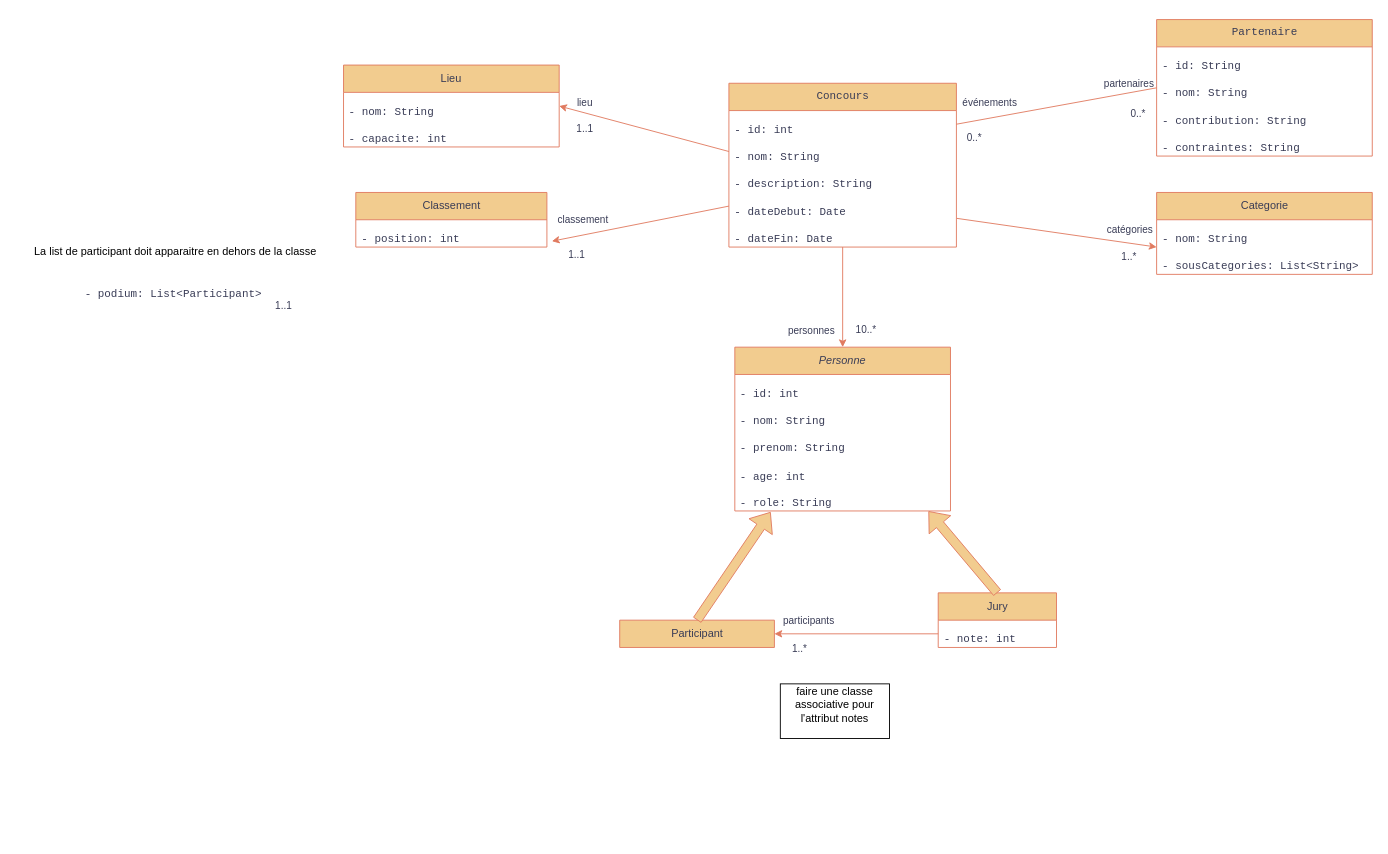
Before: Conception/Diagramme de classe.drawio in CSliveR/Chief-s-Arena, a draw.io diagram. Source tidied: cells renumbered, new cells numbered last; positions are measured from the earlier drawing's top-left corner, leaving out a move shared by most shapes. Both pictures are drawn from the tidied source at 91%, with x=0, y=0 at pixel (15, 19).
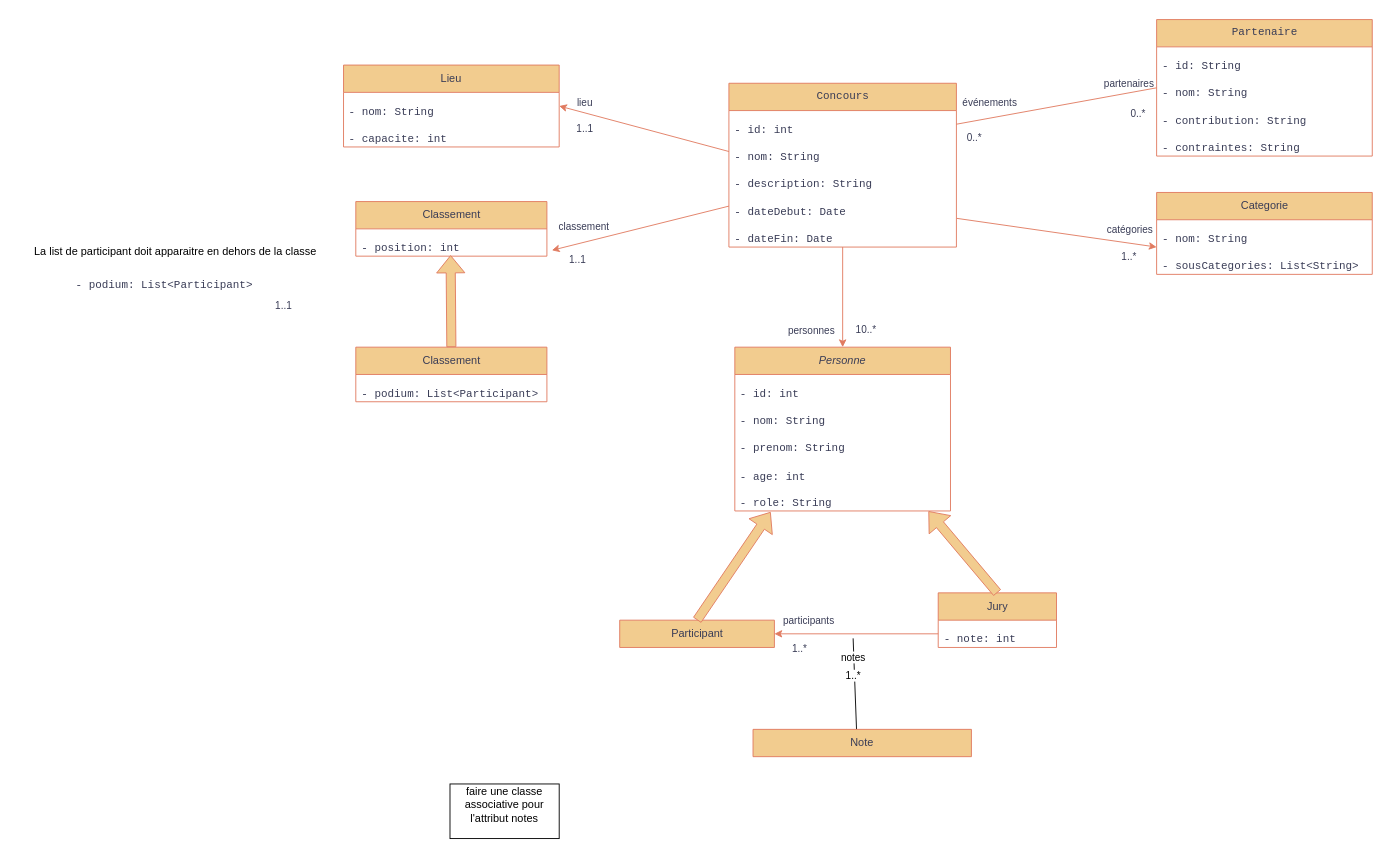
After the change.

Unchanged cells that the change refers to:
```xml
<mxCell id="28" value="&lt;pre&gt;&lt;code class=&quot;!whitespace-pre hljs language-plaintext&quot;&gt;- position: int&lt;br&gt;&lt;/code&gt;&lt;/pre&gt;" style="text;strokeColor=none;fillColor=none;align=left;verticalAlign=middle;spacingLeft=4;spacingRight=4;overflow=hidden;points=[[0,0.5],[1,0.5]];portConstraint=eastwest;whiteSpace=wrap;html=1;labelBackgroundColor=none;fontColor=#393C56;" parent="27" vertex="1">
  <mxGeometry y="30" width="210" height="30" as="geometry" />
</mxCell>
```

Change to the diagram source:
```diff
@@
     <mxCell id="27" value="Classement" style="swimlane;fontStyle=0;horizontal=1;startSize=30;whiteSpace=wrap;html=1;labelBackgroundColor=none;fillColor=#F2CC8F;strokeColor=#E07A5F;fontColor=#393C56;" parent="1" vertex="1">
-      <mxGeometry x="373.5" y="190" width="210" height="60" as="geometry" />
+      <mxGeometry x="373.5" y="200" width="210" height="60" as="geometry" />
     </mxCell>
@@
     <mxCell id="60" value="&lt;pre&gt;&lt;code class=&quot;!whitespace-pre hljs language-plaintext&quot;&gt;- podium: List&amp;lt;Participant&amp;gt;&lt;/code&gt;&lt;/pre&gt;" style="text;strokeColor=none;fillColor=none;align=left;verticalAlign=middle;spacingLeft=4;spacingRight=4;overflow=hidden;whiteSpace=wrap;html=1;labelBackgroundColor=none;fontColor=#393C56;" parent="1" vertex="1">
-      <mxGeometry x="70" y="280" width="210" height="30" as="geometry" />
+      <mxGeometry x="60" y="270" width="210" height="30" as="geometry" />
     </mxCell>
@@
     <mxCell id="62" value="&lt;div&gt;faire une classe associative pour l'attribut notes&lt;/div&gt;&lt;div&gt;&lt;br&gt;&lt;/div&gt;" style="rounded=0;whiteSpace=wrap;html=1;" parent="1" vertex="1">
-      <mxGeometry x="840" y="730" width="120" height="60" as="geometry" />
+      <mxGeometry x="477" y="840" width="120" height="60" as="geometry" />
     </mxCell>
@@
+    <mxCell id="64" style="endArrow=none;html=1;rounded=0;exitX=0.474;exitY=0.011;exitDx=0;exitDy=0;exitPerimeter=0;" parent="1" edge="1" source="67">
+      <mxGeometry relative="1" as="geometry">
+        <mxPoint x="920" y="680" as="targetPoint" />
+      </mxGeometry>
+    </mxCell>
+    <mxCell id="65" value="notes" style="edgeLabel;html=1;align=center;verticalAlign=middle;" parent="64" vertex="1">
+      <mxGeometry x="-0.56" y="-1" relative="1" as="geometry">
+        <mxPoint x="-4" y="-58" as="offset" />
+      </mxGeometry>
+    </mxCell>
+    <mxCell id="66" value="1..*" style="edgeLabel;html=1;align=center;verticalAlign=middle;" parent="64" vertex="1">
+      <mxGeometry x="-0.58" y="4" relative="1" as="geometry">
+        <mxPoint x="1" y="-39" as="offset" />
+      </mxGeometry>
+    </mxCell>
+    <mxCell id="67" value="Note" style="swimlane;fontStyle=0;horizontal=1;startSize=30;whiteSpace=wrap;html=1;labelBackgroundColor=none;fillColor=#F2CC8F;strokeColor=#E07A5F;fontColor=#393C56;" parent="1" vertex="1">
+      <mxGeometry x="810" y="780" width="240" height="30" as="geometry" />
+    </mxCell>
+    <mxCell id="68" value="&lt;pre&gt;&lt;br&gt;&lt;/pre&gt;" style="text;strokeColor=#E07A5F;fillColor=none;align=left;verticalAlign=middle;spacingLeft=4;spacingRight=4;overflow=hidden;whiteSpace=wrap;html=1;labelBackgroundColor=none;fontColor=#393C56;" parent="67" vertex="1">
+      <mxGeometry y="30" width="240" as="geometry" />
+    </mxCell>
+    <mxCell id="69" value="Classement" style="swimlane;fontStyle=0;horizontal=1;startSize=30;whiteSpace=wrap;html=1;labelBackgroundColor=none;fillColor=#F2CC8F;strokeColor=#E07A5F;fontColor=#393C56;" parent="1" vertex="1">
+      <mxGeometry x="373.5" y="360" width="210" height="60" as="geometry" />
+    </mxCell>
+    <mxCell id="70" value="&lt;pre&gt;&lt;code class=&quot;!whitespace-pre hljs language-plaintext&quot;&gt;- podium: List&amp;lt;Participant&amp;gt;&lt;br&gt;&lt;/code&gt;&lt;/pre&gt;" style="text;strokeColor=none;fillColor=none;align=left;verticalAlign=middle;spacingLeft=4;spacingRight=4;overflow=hidden;whiteSpace=wrap;html=1;labelBackgroundColor=none;fontColor=#393C56;" parent="69" vertex="1">
+      <mxGeometry y="30" width="210" height="30" as="geometry" />
+    </mxCell>
+    <mxCell id="71" value="&lt;pre&gt;&lt;br&gt;&lt;/pre&gt;" style="text;strokeColor=#E07A5F;fillColor=none;align=left;verticalAlign=middle;spacingLeft=4;spacingRight=4;overflow=hidden;whiteSpace=wrap;html=1;labelBackgroundColor=none;fontColor=#393C56;" parent="69" vertex="1">
+      <mxGeometry y="60" width="210" as="geometry" />
+    </mxCell>
+    <mxCell id="72" style="shape=flexArrow;endArrow=classic;html=1;rounded=0;strokeColor=#E07A5F;fontColor=#393C56;fillColor=#F2CC8F;exitX=0.5;exitY=0;exitDx=0;exitDy=0;entryX=0.496;entryY=0.962;entryDx=0;entryDy=0;entryPerimeter=0;" parent="1" edge="1" source="69" target="28">
+      <mxGeometry relative="1" as="geometry" />
+    </mxCell>
```
